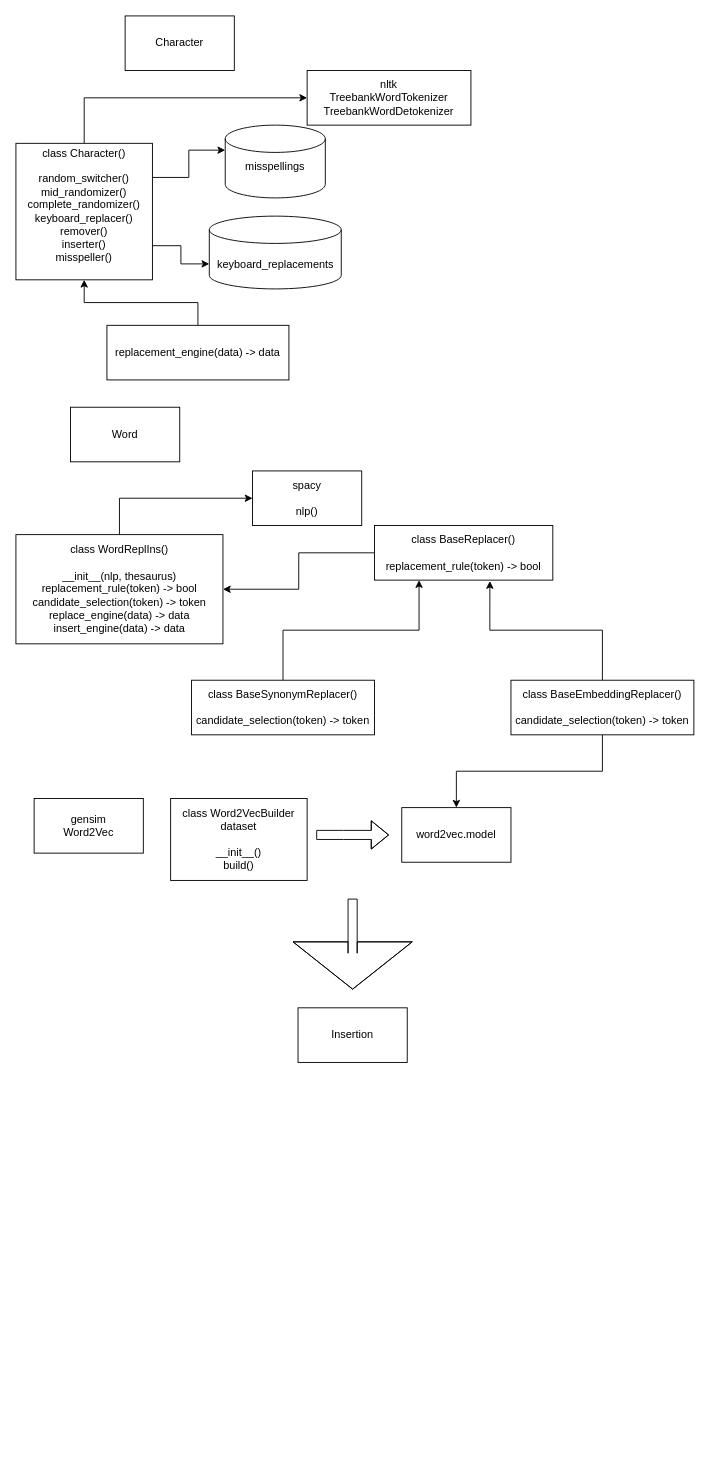
djaszak/NLPAug keeps this draw.io diagram as Unbenanntes Diagramm.drawio. Above is the earlier version. Source tidied: cells renumbered, new cells numbered last; positions are measured from the earlier drawing's top-left corner, leaving out a move shared by most shapes. Both pictures are drawn from the tidied source at 91%, with x=0, y=0 at pixel (15, 15).
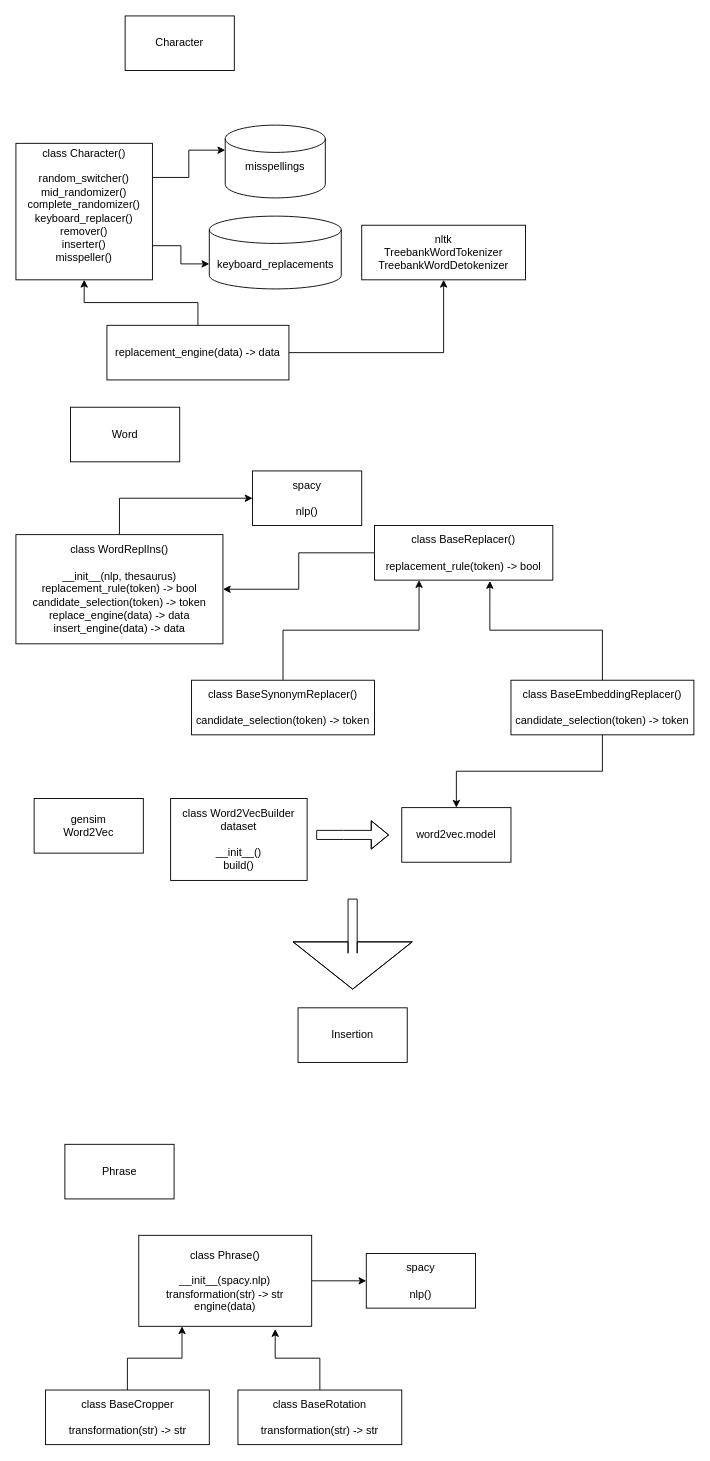
The same page after the edit.

Commit message:
phrase level diagram

The change refers to these unchanged cells:
```xml
<mxCell id="5" value="&lt;div&gt;class Character()&lt;/div&gt;&lt;div&gt;&lt;br&gt;&lt;/div&gt;&lt;div&gt;random_switcher()&lt;/div&gt;&lt;div&gt;mid_randomizer()&lt;/div&gt;&lt;div&gt;complete_randomizer()&lt;/div&gt;&lt;div&gt;keyboard_replacer()&lt;/div&gt;&lt;div&gt;remover()&lt;/div&gt;&lt;div&gt;inserter()&lt;/div&gt;&lt;div&gt;misspeller()&lt;br&gt;&lt;/div&gt;&lt;div&gt;&lt;br&gt;&lt;/div&gt;" style="rounded=0;whiteSpace=wrap;html=1;" parent="1" vertex="1">
  <mxGeometry y="140" width="150" height="150" as="geometry" />
</mxCell>
<mxCell id="10" value="replacement_engine(data) -&amp;gt; data" style="rounded=0;whiteSpace=wrap;html=1;" parent="1" vertex="1">
  <mxGeometry x="100" y="340" width="200" height="60" as="geometry" />
</mxCell>
```

What changed in the source:
```diff
@@
-    <mxCell id="4" style="edgeStyle=orthogonalEdgeStyle;rounded=0;jettySize=auto;html=1;exitX=0.5;exitY=0;exitDx=0;exitDy=0;entryX=0;entryY=0.5;entryDx=0;entryDy=0;" parent="1" edge="1" source="5" target="22">
-      <mxGeometry relative="1" as="geometry" />
-    </mxCell>
@@
+    <mxCell id="29" style="edgeStyle=orthogonalEdgeStyle;rounded=0;jettySize=auto;html=1;exitX=1;exitY=0.5;exitDx=0;exitDy=0;entryX=0.5;entryY=1;entryDx=0;entryDy=0;" parent="1" edge="1" source="10" target="22">
+      <mxGeometry relative="1" as="geometry" />
+    </mxCell>
@@
     <mxCell id="22" value="&lt;div&gt;nltk&lt;/div&gt;&lt;div&gt;&lt;span class=&quot;pl-v&quot;&gt;&lt;span data-hydro-click=&quot;{&amp;quot;event_type&amp;quot;:&amp;quot;code_navigation.click_on_symbol&amp;quot;,&amp;quot;payload&amp;quot;:{&amp;quot;action&amp;quot;:&amp;quot;click_on_symbol&amp;quot;,&amp;quot;repository_id&amp;quot;:491013262,&amp;quot;ref&amp;quot;:&amp;quot;7280937071d9066ba8d3babd54b2d114ab2e4704&amp;quot;,&amp;quot;language&amp;quot;:&amp;quot;Python&amp;quot;,&amp;quot;backend&amp;quot;:&amp;quot;ALEPH_PRECISE&amp;quot;,&amp;quot;code_nav_context&amp;quot;:&amp;quot;BLOB_VIEW&amp;quot;,&amp;quot;retry_backend&amp;quot;:&amp;quot;&amp;quot;,&amp;quot;cross_repo_results_included&amp;quot;:&amp;quot;CROSS_REPO_NOT_ENABLED&amp;quot;,&amp;quot;in_repo_result_count&amp;quot;:1,&amp;quot;cross_repo_result_count&amp;quot;:0,&amp;quot;originating_url&amp;quot;:&amp;quot;https://github.com/djaszak/nlp_aug/find-definition?q=TreebankWordTokenizer&amp;amp;blob_path=nlp_aug%2Futilities%2Faugment_utils.py&amp;amp;ref=7280937071d9066ba8d3babd54b2d114ab2e4704&amp;amp;language=Python&amp;amp;row=2&amp;amp;col=26&amp;amp;code_nav_context=BLOB_VIEW&amp;quot;,&amp;quot;user_id&amp;quot;:23051584}}&quot; class=&quot;pl-token active&quot;&gt;TreebankWordTokenizer&lt;/span&gt;&lt;/span&gt;&lt;/div&gt;&lt;span class=&quot;pl-v&quot;&gt;&lt;span data-hydro-click=&quot;{&amp;quot;event_type&amp;quot;:&amp;quot;code_navigation.click_on_symbol&amp;quot;,&amp;quot;payload&amp;quot;:{&amp;quot;action&amp;quot;:&amp;quot;click_on_symbol&amp;quot;,&amp;quot;repository_id&amp;quot;:491013262,&amp;quot;ref&amp;quot;:&amp;quot;7280937071d9066ba8d3babd54b2d114ab2e4704&amp;quot;,&amp;quot;language&amp;quot;:&amp;quot;Python&amp;quot;,&amp;quot;backend&amp;quot;:&amp;quot;ALEPH_PRECISE&amp;quot;,&amp;quot;code_nav_context&amp;quot;:&amp;quot;BLOB_VIEW&amp;quot;,&amp;quot;retry_backend&amp;quot;:&amp;quot;&amp;quot;,&amp;quot;cross_repo_results_included&amp;quot;:&amp;quot;CROSS_REPO_NOT_ENABLED&amp;quot;,&amp;quot;in_repo_result_count&amp;quot;:1,&amp;quot;cross_repo_result_count&amp;quot;:0,&amp;quot;originating_url&amp;quot;:&amp;quot;https://github.com/djaszak/nlp_aug/find-definition?q=TreebankWordTokenizer&amp;amp;blob_path=nlp_aug%2Futilities%2Faugment_utils.py&amp;amp;ref=7280937071d9066ba8d3babd54b2d114ab2e4704&amp;amp;language=Python&amp;amp;row=2&amp;amp;col=26&amp;amp;code_nav_context=BLOB_VIEW&amp;quot;,&amp;quot;user_id&amp;quot;:23051584}}&quot; class=&quot;pl-token active&quot;&gt;TreebankWordDetokenizer&lt;/span&gt;&lt;/span&gt;" style="whiteSpace=wrap;html=1;" parent="1" vertex="1">
-      <mxGeometry x="320" y="60" width="180" height="60" as="geometry" />
+      <mxGeometry x="380" y="230" width="180" height="60" as="geometry" />
     </mxCell>
@@
+    <mxCell id="30" value="&lt;div&gt;Phrase&lt;/div&gt;" style="whiteSpace=wrap;html=1;" parent="1" vertex="1">
+      <mxGeometry x="53.8" y="1240" width="120" height="60" as="geometry" />
+    </mxCell>
+    <mxCell id="31" style="edgeStyle=orthogonalEdgeStyle;rounded=0;jettySize=auto;html=1;exitX=1;exitY=0.5;exitDx=0;exitDy=0;entryX=0;entryY=0.5;entryDx=0;entryDy=0;" parent="1" edge="1" source="32" target="33">
+      <mxGeometry relative="1" as="geometry" />
+    </mxCell>
+    <mxCell id="32" value="&lt;div&gt;class Phrase()&lt;/div&gt;&lt;div&gt;&lt;br&gt;&lt;/div&gt;&lt;div&gt;__init__(spacy.nlp)&lt;/div&gt;&lt;div&gt;transformation(str) -&amp;gt; str&lt;/div&gt;&lt;div&gt;engine(data)&lt;br&gt;&lt;/div&gt;" style="whiteSpace=wrap;html=1;" parent="1" vertex="1">
+      <mxGeometry x="135" y="1340" width="190" height="100" as="geometry" />
+    </mxCell>
+    <mxCell id="33" value="&lt;div&gt;spacy&lt;/div&gt;&lt;div&gt;&lt;br&gt;&lt;/div&gt;nlp()" style="rounded=0;whiteSpace=wrap;html=1;" parent="1" vertex="1">
+      <mxGeometry x="385" y="1360" width="120" height="60" as="geometry" />
+    </mxCell>
+    <mxCell id="34" style="edgeStyle=orthogonalEdgeStyle;rounded=0;jettySize=auto;html=1;exitX=0.5;exitY=0;exitDx=0;exitDy=0;entryX=0.25;entryY=1;entryDx=0;entryDy=0;" parent="1" edge="1" source="35" target="32">
+      <mxGeometry relative="1" as="geometry" />
+    </mxCell>
+    <mxCell id="35" value="&lt;div&gt;class BaseCropper&lt;/div&gt;&lt;div&gt;&lt;br&gt;&lt;/div&gt;&lt;div&gt;&lt;div&gt;transformation(str) -&amp;gt; str&lt;/div&gt;&lt;/div&gt;" style="whiteSpace=wrap;html=1;" parent="1" vertex="1">
+      <mxGeometry x="32.5" y="1510" width="180" height="60" as="geometry" />
+    </mxCell>
+    <mxCell id="36" style="edgeStyle=orthogonalEdgeStyle;rounded=0;jettySize=auto;html=1;exitX=0.5;exitY=0;exitDx=0;exitDy=0;entryX=0.789;entryY=1.03;entryDx=0;entryDy=0;entryPerimeter=0;" parent="1" edge="1" source="37" target="32">
+      <mxGeometry relative="1" as="geometry" />
+    </mxCell>
+    <mxCell id="37" value="&lt;div&gt;class BaseRotation&lt;/div&gt;&lt;div&gt;&lt;br&gt;&lt;/div&gt;&lt;div&gt;&lt;div&gt;transformation(str) -&amp;gt; str&lt;/div&gt;&lt;/div&gt;" style="whiteSpace=wrap;html=1;" parent="1" vertex="1">
+      <mxGeometry x="244" y="1510" width="180" height="60" as="geometry" />
+    </mxCell>
```
